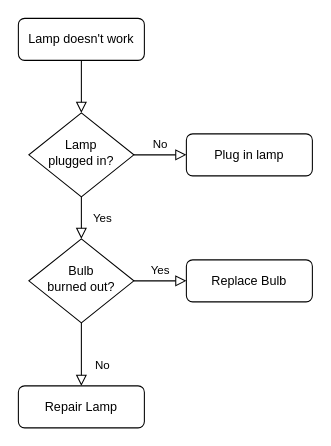
Earlier version of the draw.io diagram Untitled Diagram.drawio (EricTownsChina/elasticsearch-jest). Source tidied: cells renumbered, new cells numbered last; positions are measured from the earlier drawing's top-left corner, leaving out a move shared by most shapes. Both pictures are drawn from the tidied source at 105%, with x=0, y=0 at pixel (18, 18).
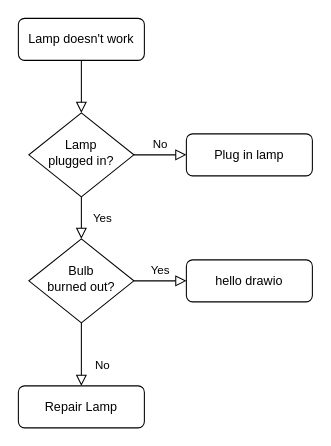
After the change.

Diff of the diagram source:
```diff
@@
 <mxGraphModel>
   <root>
     <mxCell id="0" />
     <mxCell id="1" parent="0" />
     <mxCell id="2" style="rounded=0;html=1;jettySize=auto;fontSize=11;endArrow=block;endFill=0;endSize=8;strokeWidth=1;shadow=0;labelBackgroundColor=none;edgeStyle=orthogonalEdgeStyle;" parent="1" edge="1" source="3" target="6">
       <mxGeometry relative="1" as="geometry" />
     </mxCell>
     <mxCell id="3" value="Lamp doesn't work" style="rounded=1;whiteSpace=wrap;html=1;fontSize=12;glass=0;strokeWidth=1;shadow=0;" parent="1" vertex="1">
       <mxGeometry width="120" height="40" as="geometry" />
     </mxCell>
     <mxCell id="4" value="Yes" style="rounded=0;html=1;jettySize=auto;fontSize=11;endArrow=block;endFill=0;endSize=8;strokeWidth=1;shadow=0;labelBackgroundColor=none;edgeStyle=orthogonalEdgeStyle;" parent="1" edge="1" source="6" target="10">
       <mxGeometry y="20" relative="1" as="geometry" />
     </mxCell>
     <mxCell id="5" value="No" style="edgeStyle=orthogonalEdgeStyle;rounded=0;html=1;jettySize=auto;fontSize=11;endArrow=block;endFill=0;endSize=8;strokeWidth=1;shadow=0;labelBackgroundColor=none;" parent="1" edge="1" source="6" target="7">
       <mxGeometry y="10" relative="1" as="geometry" />
     </mxCell>
     <mxCell id="6" value="Lamp&lt;br&gt;plugged in?" style="rhombus;whiteSpace=wrap;html=1;shadow=0;fontFamily=Helvetica;fontSize=12;align=center;strokeWidth=1;spacing=6;spacingTop=-4;" parent="1" vertex="1">
       <mxGeometry x="10" y="90" width="100" height="80" as="geometry" />
     </mxCell>
     <mxCell id="7" value="Plug in lamp" style="rounded=1;whiteSpace=wrap;html=1;fontSize=12;glass=0;strokeWidth=1;shadow=0;" parent="1" vertex="1">
       <mxGeometry x="160" y="110" width="120" height="40" as="geometry" />
     </mxCell>
     <mxCell id="8" value="No" style="rounded=0;html=1;jettySize=auto;fontSize=11;endArrow=block;endFill=0;endSize=8;strokeWidth=1;shadow=0;labelBackgroundColor=none;edgeStyle=orthogonalEdgeStyle;" parent="1" edge="1" source="10" target="11">
       <mxGeometry x="0.33" y="20" relative="1" as="geometry" />
     </mxCell>
     <mxCell id="9" value="Yes" style="edgeStyle=orthogonalEdgeStyle;rounded=0;html=1;jettySize=auto;fontSize=11;endArrow=block;endFill=0;endSize=8;strokeWidth=1;shadow=0;labelBackgroundColor=none;" parent="1" edge="1" source="10" target="12">
       <mxGeometry y="10" relative="1" as="geometry" />
     </mxCell>
     <mxCell id="10" value="Bulb&lt;br&gt;burned out?" style="rhombus;whiteSpace=wrap;html=1;shadow=0;fontFamily=Helvetica;fontSize=12;align=center;strokeWidth=1;spacing=6;spacingTop=-4;" parent="1" vertex="1">
       <mxGeometry x="10" y="210" width="100" height="80" as="geometry" />
     </mxCell>
     <mxCell id="11" value="Repair Lamp" style="rounded=1;whiteSpace=wrap;html=1;fontSize=12;glass=0;strokeWidth=1;shadow=0;" parent="1" vertex="1">
       <mxGeometry y="350" width="120" height="40" as="geometry" />
     </mxCell>
-    <mxCell id="12" value="Replace Bulb" style="rounded=1;whiteSpace=wrap;html=1;fontSize=12;glass=0;strokeWidth=1;shadow=0;" parent="1" vertex="1">
+    <mxCell id="12" value="hello drawio" style="rounded=1;whiteSpace=wrap;html=1;fontSize=12;glass=0;strokeWidth=1;shadow=0;" parent="1" vertex="1">
       <mxGeometry x="160" y="230" width="120" height="40" as="geometry" />
     </mxCell>
   </root>
 </mxGraphModel>
```
